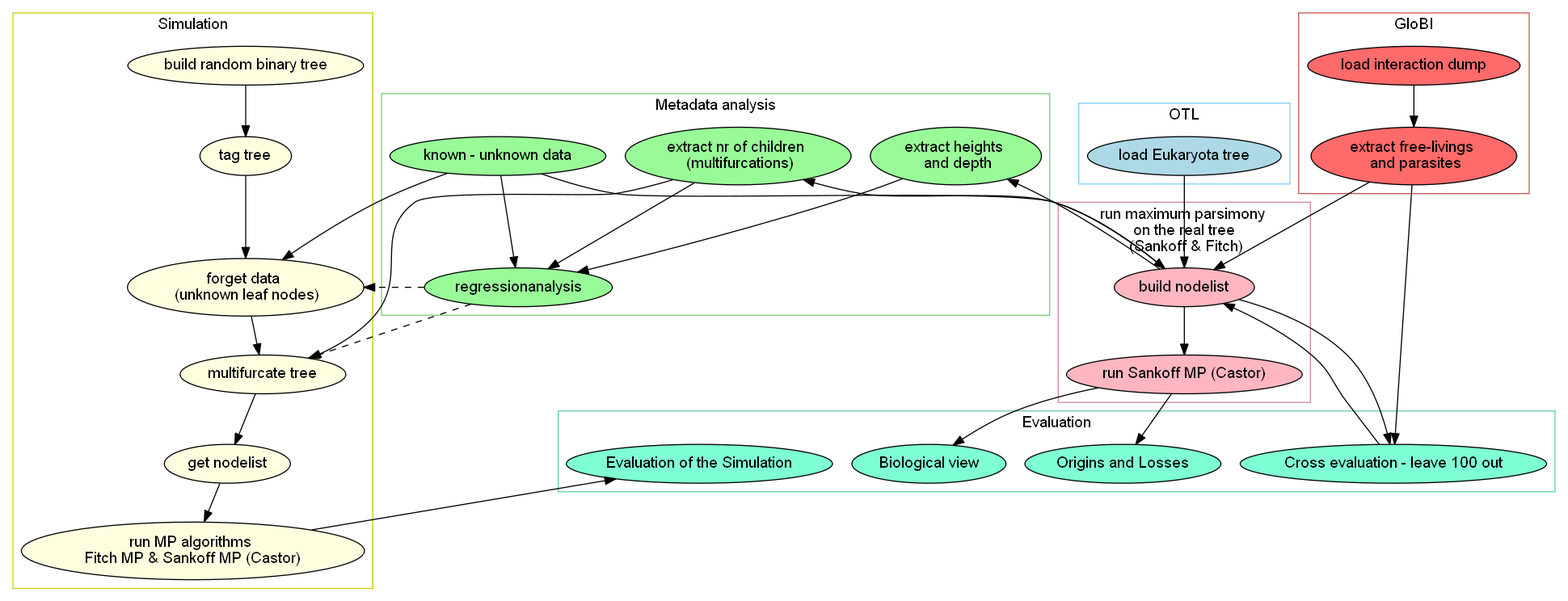
Irallia/IZW-HU-Parasites keeps this Graphviz diagram as Paper - Latex/Figures/Workflow.png. Above is the earlier version. Its source is kept beside it as Paper - Latex/Figures/Workflow.gv.
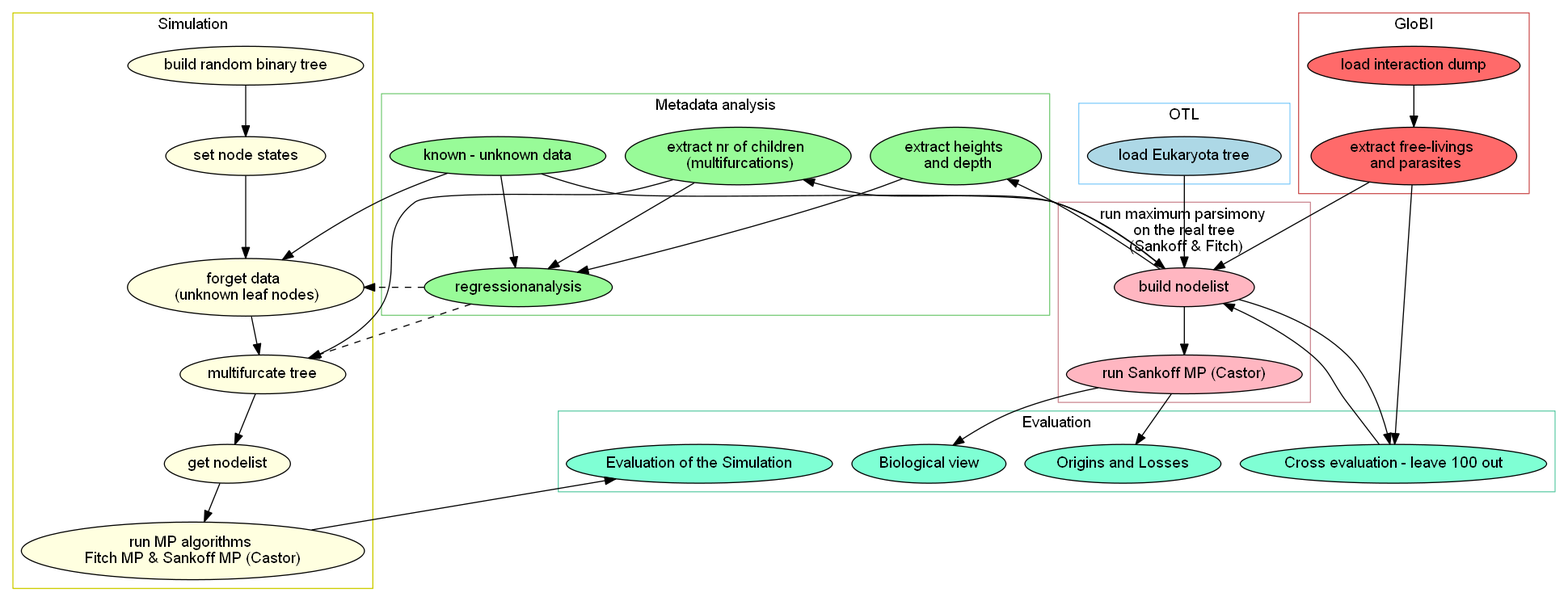
The same diagram one commit later.

The edit, as a diff of the source:
```diff
@@ -44,7 +44,7 @@
 	}
 
 	d0 [label = "build random binary tree"]
-	d1 [label = "tag tree"]
+	d1 [label = "set node states"]
 	d2 [label = "forget data \n (unknown leaf nodes)"]
 	d3 [label = "multifurcate tree"]
 	d4 [label = "get nodelist"]
```
